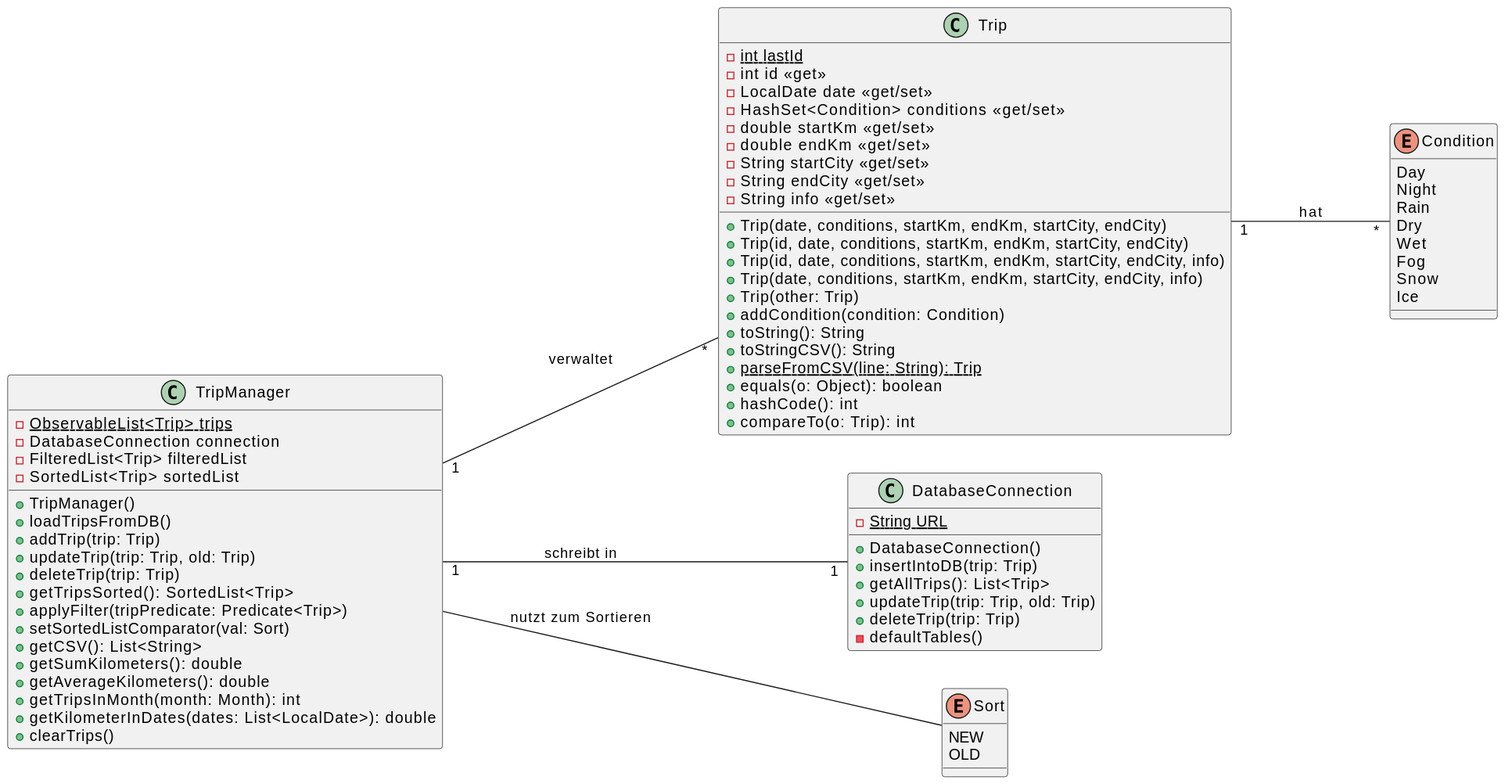
Above: images/cld.svg in jbrunnerhtl/Driving_Tracker_Java_Docs (PlantUML), before the change. Its source is kept beside it as cld.puml. The source it was exported from:
```plantuml
@startuml
left to right direction

class Trip {
    {static}-int lastId
    -int id <<get>>
    -LocalDate date <<get/set>>
    -HashSet<Condition> conditions <<get/set>>
    -double startKm <<get/set>>
    -double endKm <<get/set>>
    -String startCity <<get/set>>
    -String endCity <<get/set>>
    -String info <<get/set>>

    +Trip(date, conditions, startKm, endKm, startCity, endCity)
    +Trip(id, date, conditions, startKm, endKm, startCity, endCity)
    +Trip(id, date, conditions, startKm, endKm, startCity, endCity, info)
    +Trip(date, conditions, startKm, endKm, startCity, endCity, info)
    +Trip(other: Trip)
    +addCondition(condition: Condition)
    +toString(): String
    +toStringCSV(): String
    +{static}parseFromCSV(line: String): Trip
    +equals(o: Object): boolean
    +hashCode(): int
    +compareTo(o: Trip): int
}

class TripManager {
    {static}-ObservableList<Trip> trips
    -DatabaseConnection connection
    -FilteredList<Trip> filteredList
    -SortedList<Trip> sortedList

    +TripManager()
    +loadTripsFromDB()
    +addTrip(trip: Trip)
    +updateTrip(trip: Trip, old: Trip)
    +deleteTrip(trip: Trip)
    +getTripsSorted(): SortedList<Trip>
    +applyFilter(tripPredicate: Predicate<Trip>)
    +setSortedListComparator(val: Sort)
    +getCSV(): List<String>
    +getSumKilometers(): double
    +getAverageKilometers(): double
    +getTripsInMonth(month: Month): int
    +getKilometerInDates(dates: List<LocalDate>): double
    +clearTrips()
}

class DatabaseConnection {
    {static}-String URL

    +DatabaseConnection()
    +insertIntoDB(trip: Trip)
    +getAllTrips(): List<Trip>
    +updateTrip(trip: Trip, old: Trip)
    +deleteTrip(trip: Trip)
    -defaultTables()
}

enum Condition {
    Day
    Night
    Rain
    Dry
    Wet
    Fog
    Snow
    Ice
}

enum Sort {
    NEW
    OLD
}

enum Measure {
    Normal
    L17
    {static}+getValue(measure: Measure): int
}

Trip "1" --- "*" Condition : hat
TripManager "1" --- "*" Trip : verwaltet
TripManager "1" --- "1" DatabaseConnection : schreibt in
TripManager --- Sort : nutzt zum Sortieren
TripManager --- Measure : nutzt zur Fortschrittsberechnung

@enduml
```
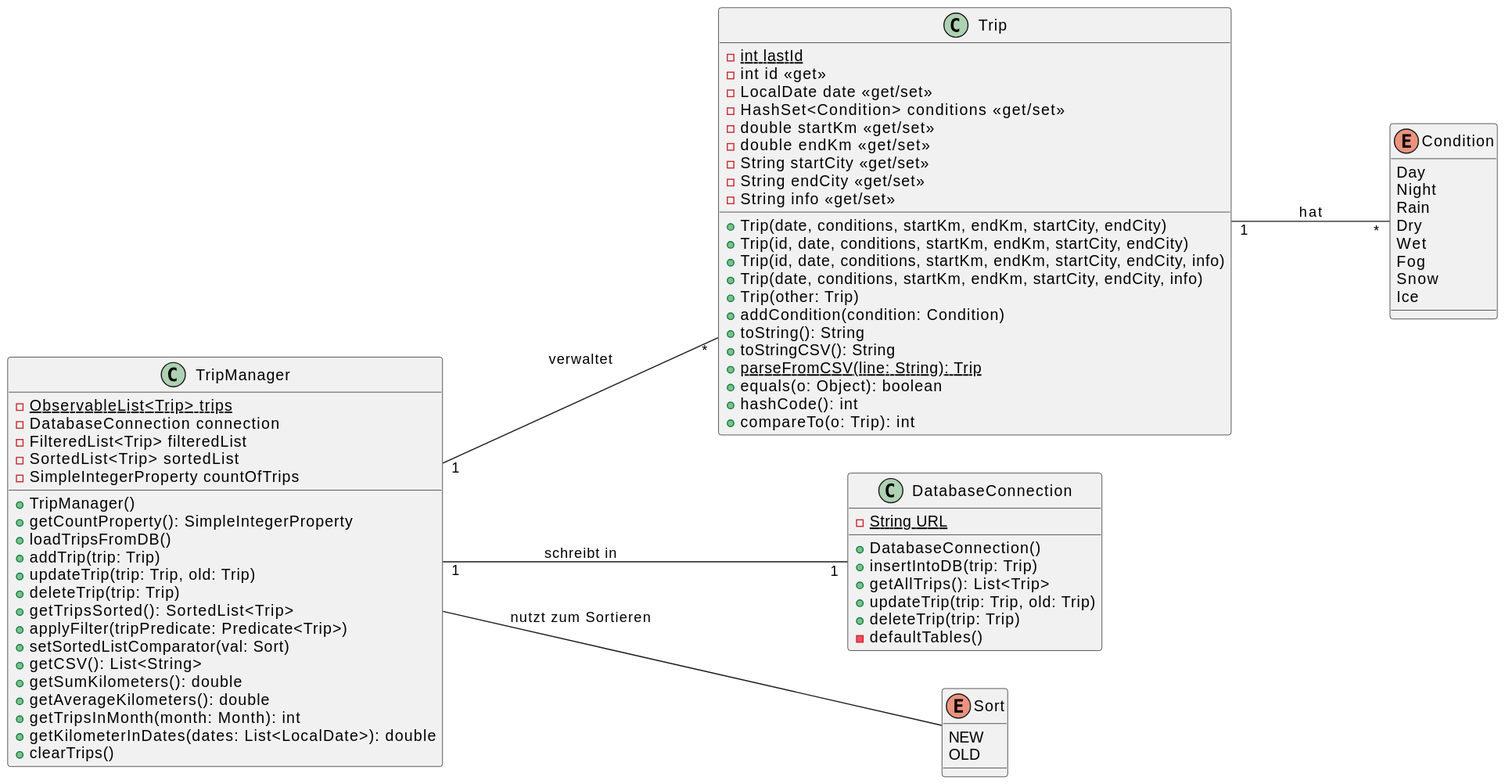
After the commit.

Diff of the diagram source:
```diff
@@ -31,8 +31,10 @@
     -DatabaseConnection connection
     -FilteredList<Trip> filteredList
     -SortedList<Trip> sortedList
+    -SimpleIntegerProperty countOfTrips
 
     +TripManager()
+    +getCountProperty(): SimpleIntegerProperty
     +loadTripsFromDB()
     +addTrip(trip: Trip)
     +updateTrip(trip: Trip, old: Trip)
@@ -75,16 +77,9 @@
     OLD
 }
 
-enum Measure {
-    Normal
-    L17
-    {static}+getValue(measure: Measure): int
-}
-
 Trip "1" --- "*" Condition : hat
 TripManager "1" --- "*" Trip : verwaltet
 TripManager "1" --- "1" DatabaseConnection : schreibt in
 TripManager --- Sort : nutzt zum Sortieren
-TripManager --- Measure : nutzt zur Fortschrittsberechnung
 
 @enduml
```
